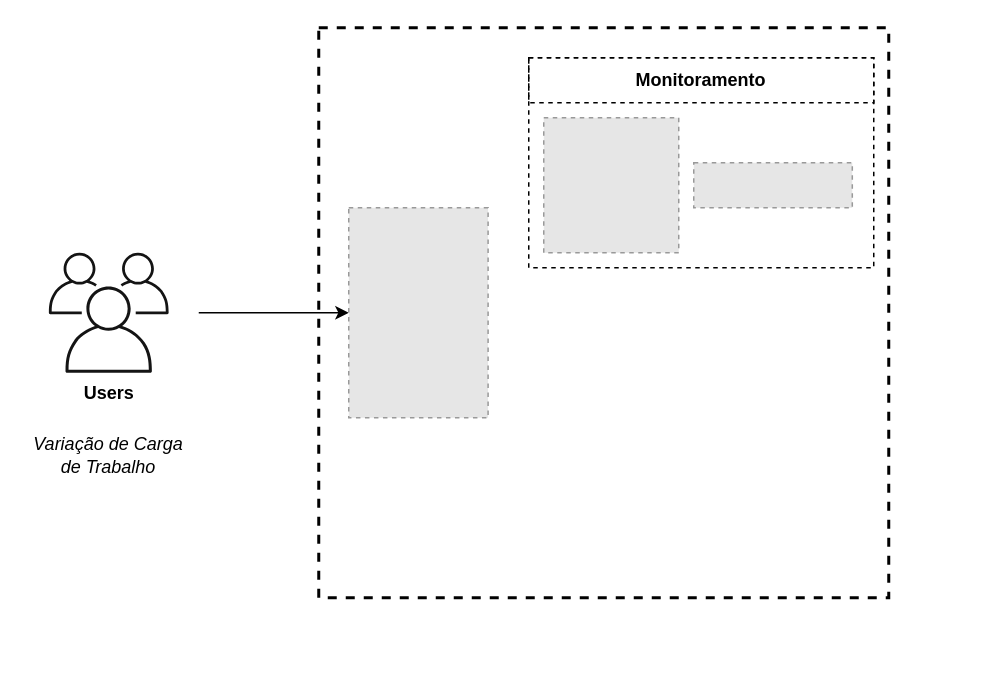
rodrigodg1/SSC5872-avaliacao-desempenho keeps this draw.io diagram as diagrama.drawio. Above is the earlier version. Source tidied: cells renumbered, new cells numbered last; positions are measured from the earlier drawing's top-left corner, leaving out a move shared by most shapes. Both pictures are drawn from the tidied source at 150%, with x=0, y=0 at pixel (26, 27). Pictures stored in the file or linked from it are replaced by grey dashed boxes.
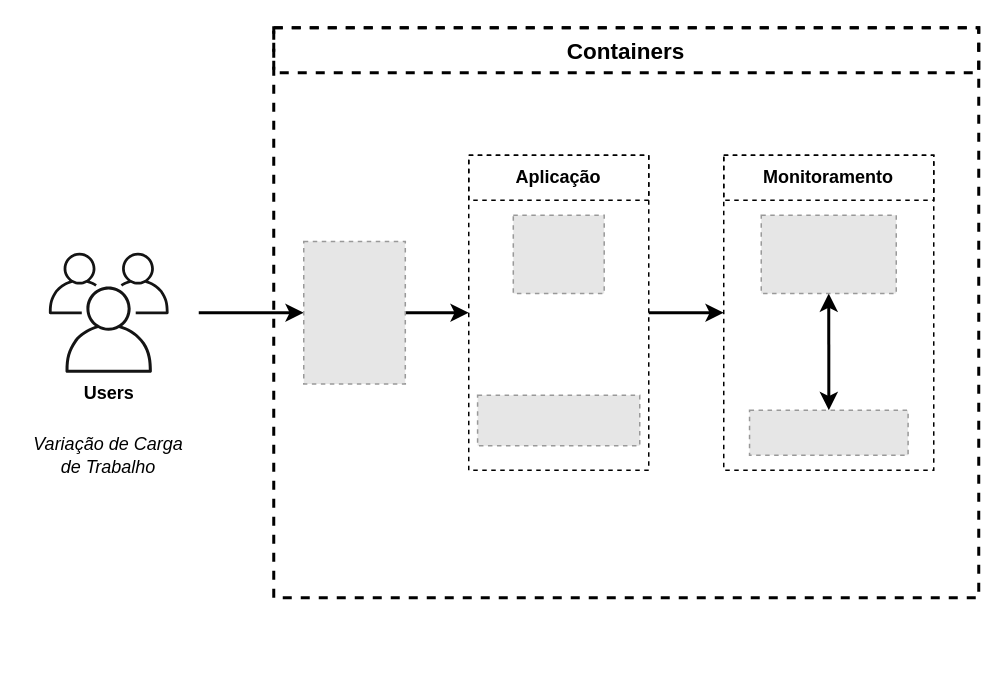
After the change.

Commit message (it also covers changes not shown here):
Remove scope service from docker-compose.monitoring.yml

Diff of the diagram source:
```diff
@@
     <mxCell id="2" style="rounded=0;whiteSpace=wrap;html=1;strokeColor=#000000;fontColor=#000000;fillColor=none;gradientColor=none;strokeWidth=2;dashed=1;" parent="1" vertex="1">
-      <mxGeometry x="195" width="380" height="380" as="geometry" />
+      <mxGeometry x="165" width="470" height="380" as="geometry" />
     </mxCell>
-    <mxCell id="3" style="edgeStyle=none;html=1;entryX=0;entryY=0.5;entryDx=0;entryDy=0;fontColor=#000000;" parent="1" edge="1" target="5">
+    <mxCell id="3" style="edgeStyle=none;html=1;entryX=0;entryY=0.5;entryDx=0;entryDy=0;fontColor=#000000;strokeWidth=2;" parent="1" edge="1" target="5">
       <mxGeometry relative="1" as="geometry">
         <mxPoint x="115" y="190" as="sourcePoint" />
       </mxGeometry>
     </mxCell>
@@
+    <mxCell id="11" style="edgeStyle=none;html=1;exitX=1;exitY=0.5;exitDx=0;exitDy=0;entryX=0;entryY=0.5;entryDx=0;entryDy=0;strokeWidth=2;" parent="1" edge="1" source="5" target="16">
+      <mxGeometry relative="1" as="geometry" />
+    </mxCell>
     <mxCell id="5" style="fillColor=#E6E6E6;strokeColor=#999999;dashed=1;verticalLabelPosition=bottom;labelBackgroundColor=default;verticalAlign=top;" parent="1" vertex="1">
-      <mxGeometry x="215" y="120" width="92.9" height="140" as="geometry" />
+      <mxGeometry x="185" y="142.5" width="67.7" height="95" as="geometry" />
     </mxCell>
+    <mxCell id="10" value="Variação de Carga de Trabalho" style="text;html=1;strokeColor=none;fillColor=none;align=center;verticalAlign=middle;whiteSpace=wrap;rounded=0;dashed=1;fontColor=#000000;fontStyle=2;" parent="1" vertex="1">
+      <mxGeometry y="270" width="110" height="30" as="geometry" />
+    </mxCell>
+    <mxCell id="12" value="&lt;font style=&quot;font-size: 15px;&quot;&gt;Containers&lt;/font&gt;" style="rounded=0;whiteSpace=wrap;html=1;strokeColor=#000000;fontColor=#000000;fillColor=none;gradientColor=none;strokeWidth=2;dashed=1;fontStyle=1;" parent="1" vertex="1">
+      <mxGeometry x="165" width="470" height="30" as="geometry" />
+    </mxCell>
+    <mxCell id="13" style="group;" parent="1" vertex="1">
+      <mxGeometry x="465" y="85" width="140" height="210" as="geometry" />
+    </mxCell>
-    <mxCell id="6" style="rounded=0;whiteSpace=wrap;html=1;strokeColor=#000000;fontColor=#000000;fillColor=none;gradientColor=none;dashed=1;" parent="1" vertex="1">
-      <mxGeometry x="335" y="20" width="230" height="140" as="geometry" />
+    <mxCell id="6" style="rounded=0;whiteSpace=wrap;html=1;strokeColor=#000000;fontColor=#000000;fillColor=none;gradientColor=none;dashed=1;" parent="13" vertex="1">
+      <mxGeometry width="140" height="210" as="geometry" />
     </mxCell>
-    <mxCell id="7" value="&lt;b&gt;Monitoramento&lt;/b&gt;" style="rounded=0;whiteSpace=wrap;html=1;strokeColor=#000000;fontColor=#000000;fillColor=none;gradientColor=none;dashed=1;" parent="1" vertex="1">
-      <mxGeometry x="335" y="20" width="230" height="30" as="geometry" />
+    <mxCell id="7" value="&lt;b&gt;Monitoramento&lt;/b&gt;" style="rounded=0;whiteSpace=wrap;html=1;strokeColor=#000000;fontColor=#000000;fillColor=none;gradientColor=none;dashed=1;" parent="13" vertex="1">
+      <mxGeometry width="140" height="30" as="geometry" />
     </mxCell>
-    <mxCell id="8" style="fillColor=#E6E6E6;strokeColor=#999999;dashed=1;verticalLabelPosition=bottom;labelBackgroundColor=default;verticalAlign=top;" parent="1" vertex="1">
-      <mxGeometry x="445" y="90" width="105.7" height="30" as="geometry" />
+    <mxCell id="8" style="fillColor=#E6E6E6;strokeColor=#999999;dashed=1;verticalLabelPosition=bottom;labelBackgroundColor=default;verticalAlign=top;" parent="13" vertex="1">
+      <mxGeometry x="17.2" y="170" width="105.7" height="30" as="geometry" />
     </mxCell>
+    <mxCell id="14" style="edgeStyle=none;html=1;exitX=0.5;exitY=1;exitDx=0;exitDy=0;entryX=0.5;entryY=0;entryDx=0;entryDy=0;strokeWidth=2;startArrow=classic;startFill=1;" parent="13" edge="1" source="9" target="8">
+      <mxGeometry relative="1" as="geometry" />
+    </mxCell>
-    <mxCell id="9" style="fillColor=#E6E6E6;strokeColor=#999999;dashed=1;verticalLabelPosition=bottom;labelBackgroundColor=default;verticalAlign=top;" parent="1" vertex="1">
-      <mxGeometry x="345" y="60" width="90" height="90" as="geometry" />
+    <mxCell id="9" style="fillColor=#E6E6E6;strokeColor=#999999;dashed=1;verticalLabelPosition=bottom;labelBackgroundColor=default;verticalAlign=top;" parent="13" vertex="1">
+      <mxGeometry x="25" y="40" width="90" height="52.2" as="geometry" />
     </mxCell>
-    <mxCell id="10" value="Variação de Carga de Trabalho" style="text;html=1;strokeColor=none;fillColor=none;align=center;verticalAlign=middle;whiteSpace=wrap;rounded=0;dashed=1;fontColor=#000000;fontStyle=2;" parent="1" vertex="1">
-      <mxGeometry y="270" width="110" height="30" as="geometry" />
-    </mxCell>
+    <mxCell id="15" style="group;" parent="1" vertex="1">
+      <mxGeometry x="305" y="80" width="152" height="342.2" as="geometry" />
+    </mxCell>
+    <mxCell id="16" style="rounded=0;whiteSpace=wrap;html=1;strokeColor=#000000;fontColor=#000000;fillColor=none;gradientColor=none;dashed=1;" parent="15" vertex="1">
+      <mxGeometry x="-10" y="5" width="120" height="210" as="geometry" />
+    </mxCell>
+    <mxCell id="17" value="&lt;b&gt;Aplicação&lt;/b&gt;" style="rounded=0;whiteSpace=wrap;html=1;strokeColor=#000000;fontColor=#000000;fillColor=none;gradientColor=none;dashed=1;" parent="15" vertex="1">
+      <mxGeometry x="-10" y="5" width="120" height="30" as="geometry" />
+    </mxCell>
+    <mxCell id="18" style="fillColor=#E6E6E6;strokeColor=#999999;dashed=1;verticalLabelPosition=bottom;labelBackgroundColor=default;verticalAlign=top;" parent="15" vertex="1">
+      <mxGeometry x="-4.1" y="165" width="108.1" height="33.7" as="geometry" />
+    </mxCell>
+    <mxCell id="19" style="fillColor=#E6E6E6;strokeColor=#999999;dashed=1;verticalLabelPosition=bottom;labelBackgroundColor=default;verticalAlign=top;" parent="15" vertex="1">
+      <mxGeometry x="19.7" y="45" width="60.6" height="52.2" as="geometry" />
+    </mxCell>
+    <mxCell id="20" style="edgeStyle=none;html=1;exitX=1;exitY=0.5;exitDx=0;exitDy=0;entryX=0;entryY=0.5;entryDx=0;entryDy=0;strokeWidth=2;" parent="1" edge="1" source="16" target="6">
+      <mxGeometry relative="1" as="geometry" />
+    </mxCell>
```
